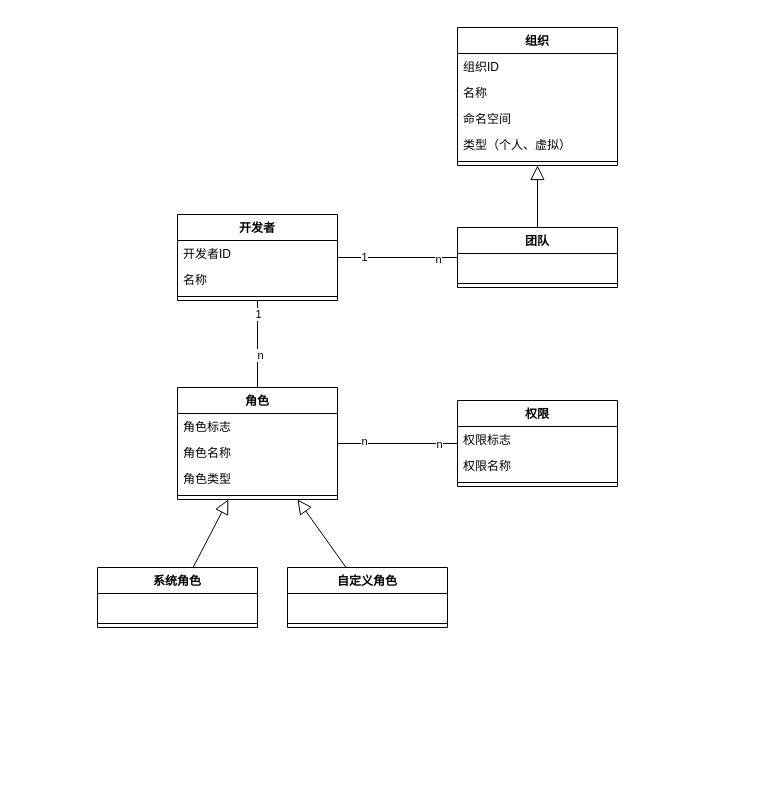
The draw.io diagram page "领域模型-用户团队" (2 of 5) of _design_file/03.domain/001.domain.drawio in tatawind/cloud-workspace-docs, before the edit. Source tidied: cells renumbered, new cells numbered last; positions are measured from the earlier drawing's top-left corner, leaving out a move shared by most shapes. Both pictures are drawn from the tidied source at 100%, with x=0, y=0 at pixel (97, 27).
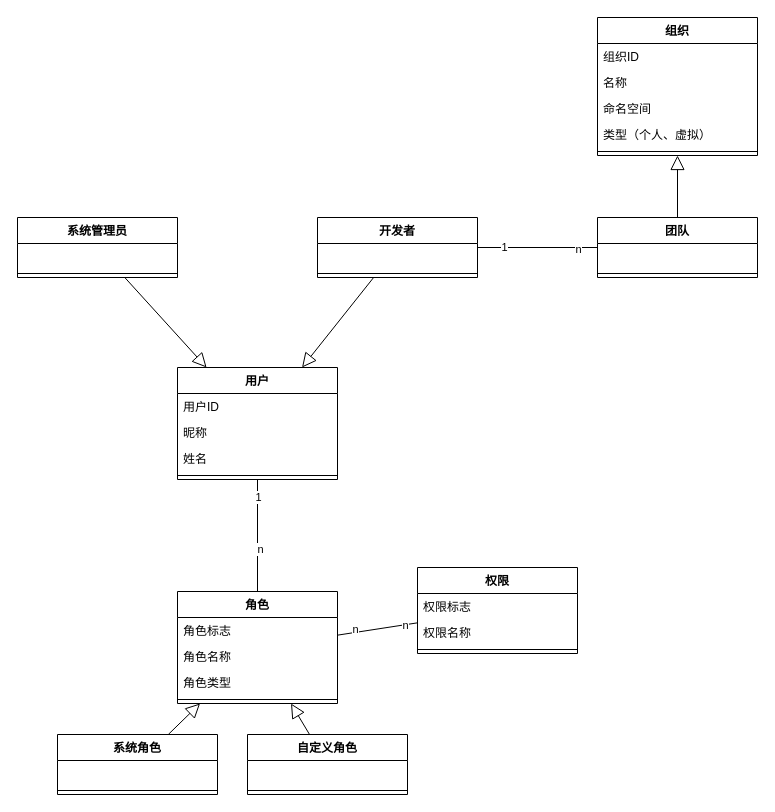
After the change.

The edit, as a diff of the source:
```diff
@@
+    <mxCell id="42" style="edgeStyle=none;html=1;endArrow=block;endFill=0;endSize=12;" parent="1" edge="1" source="5" target="43">
+      <mxGeometry relative="1" as="geometry" />
+    </mxCell>
     <mxCell id="5" value="开发者" style="swimlane;fontStyle=1;align=center;verticalAlign=top;horizontal=1;startSize=26;" parent="1" vertex="1">
-      <mxGeometry x="80" y="187" width="160" height="86" as="geometry" />
+      <mxGeometry x="220" y="190" width="160" height="60" as="geometry" />
     </mxCell>
-    <mxCell id="6" value="开发者ID" style="text;strokeColor=none;fillColor=none;align=left;verticalAlign=top;spacingLeft=4;spacingRight=4;overflow=hidden;" parent="5" vertex="1">
-      <mxGeometry y="26" width="160" height="26" as="geometry" />
-    </mxCell>
-    <mxCell id="7" value="名称" style="text;strokeColor=none;fillColor=none;align=left;verticalAlign=top;spacingLeft=4;spacingRight=4;overflow=hidden;" parent="5" vertex="1">
-      <mxGeometry y="52" width="160" height="26" as="geometry" />
+    <mxCell id="7" value="  " style="text;strokeColor=none;fillColor=none;align=left;verticalAlign=top;spacingLeft=4;spacingRight=4;overflow=hidden;" parent="5" vertex="1">
+      <mxGeometry y="26" width="160" height="26" as="geometry" />
     </mxCell>
     <mxCell id="8" style="line;strokeWidth=1;fillColor=none;align=left;verticalAlign=middle;spacingTop=-1;spacingLeft=3;spacingRight=3;labelPosition=right;strokeColor=inherit;" parent="5" vertex="1">
-      <mxGeometry y="78" width="160" height="8" as="geometry" />
+      <mxGeometry y="52" width="160" height="8" as="geometry" />
     </mxCell>
@@
     <mxCell id="10" value="团队" style="swimlane;fontStyle=1;align=center;verticalAlign=top;horizontal=1;startSize=26;" parent="1" vertex="1">
-      <mxGeometry x="360" y="200" width="160" height="60" as="geometry" />
+      <mxGeometry x="500" y="190" width="160" height="60" as="geometry" />
     </mxCell>
@@
     <mxCell id="13" value="组织" style="swimlane;fontStyle=1;align=center;verticalAlign=top;horizontal=1;startSize=26;" parent="1" vertex="1">
-      <mxGeometry x="360" width="160" height="138" as="geometry" />
+      <mxGeometry x="500" y="-10" width="160" height="138" as="geometry" />
     </mxCell>
@@
-    <mxCell id="19" style="edgeStyle=none;html=1;endArrow=none;endFill=0;endSize=12;" parent="1" edge="1" source="22" target="5">
+    <mxCell id="19" style="edgeStyle=none;html=1;endArrow=none;endFill=0;endSize=12;" parent="1" edge="1" source="22" target="43">
       <mxGeometry relative="1" as="geometry" />
     </mxCell>
@@
     <mxCell id="22" value="角色" style="swimlane;fontStyle=1;align=center;verticalAlign=top;horizontal=1;startSize=26;" parent="1" vertex="1">
-      <mxGeometry x="80" y="360" width="160" height="112" as="geometry" />
+      <mxGeometry x="80" y="564" width="160" height="112" as="geometry" />
     </mxCell>
@@
     <mxCell id="28" value="系统角色" style="swimlane;fontStyle=1;align=center;verticalAlign=top;horizontal=1;startSize=26;" parent="1" vertex="1">
-      <mxGeometry y="540" width="160" height="60" as="geometry" />
+      <mxGeometry x="-40" y="707" width="160" height="60" as="geometry" />
     </mxCell>
@@
     <mxCell id="32" value="自定义角色" style="swimlane;fontStyle=1;align=center;verticalAlign=top;horizontal=1;startSize=26;" parent="1" vertex="1">
-      <mxGeometry x="190" y="540" width="160" height="60" as="geometry" />
+      <mxGeometry x="150" y="707" width="160" height="60" as="geometry" />
     </mxCell>
@@
     <mxCell id="38" value="权限" style="swimlane;fontStyle=1;align=center;verticalAlign=top;horizontal=1;startSize=26;" parent="1" vertex="1">
-      <mxGeometry x="360" y="373" width="160" height="86" as="geometry" />
+      <mxGeometry x="320" y="540" width="160" height="86" as="geometry" />
     </mxCell>
@@
+    <mxCell id="43" value="用户" style="swimlane;fontStyle=1;align=center;verticalAlign=top;horizontal=1;startSize=26;" parent="1" vertex="1">
+      <mxGeometry x="80" y="340" width="160" height="112" as="geometry" />
+    </mxCell>
+    <mxCell id="44" value="用户ID" style="text;strokeColor=none;fillColor=none;align=left;verticalAlign=top;spacingLeft=4;spacingRight=4;overflow=hidden;" parent="43" vertex="1">
+      <mxGeometry y="26" width="160" height="26" as="geometry" />
+    </mxCell>
+    <mxCell id="45" value="昵称" style="text;strokeColor=none;fillColor=none;align=left;verticalAlign=top;spacingLeft=4;spacingRight=4;overflow=hidden;" parent="43" vertex="1">
+      <mxGeometry y="52" width="160" height="26" as="geometry" />
+    </mxCell>
+    <mxCell id="46" value="姓名" style="text;strokeColor=none;fillColor=none;align=left;verticalAlign=top;spacingLeft=4;spacingRight=4;overflow=hidden;" parent="43" vertex="1">
+      <mxGeometry y="78" width="160" height="26" as="geometry" />
+    </mxCell>
+    <mxCell id="47" style="line;strokeWidth=1;fillColor=none;align=left;verticalAlign=middle;spacingTop=-1;spacingLeft=3;spacingRight=3;labelPosition=right;strokeColor=inherit;" parent="43" vertex="1">
+      <mxGeometry y="104" width="160" height="8" as="geometry" />
+    </mxCell>
+    <mxCell id="48" style="edgeStyle=none;html=1;endArrow=block;endFill=0;endSize=12;" parent="1" edge="1" source="49" target="43">
+      <mxGeometry relative="1" as="geometry" />
+    </mxCell>
+    <mxCell id="49" value="系统管理员" style="swimlane;fontStyle=1;align=center;verticalAlign=top;horizontal=1;startSize=26;" parent="1" vertex="1">
+      <mxGeometry x="-80" y="190" width="160" height="60" as="geometry" />
+    </mxCell>
+    <mxCell id="50" value="  " style="text;strokeColor=none;fillColor=none;align=left;verticalAlign=top;spacingLeft=4;spacingRight=4;overflow=hidden;" parent="49" vertex="1">
+      <mxGeometry y="26" width="160" height="26" as="geometry" />
+    </mxCell>
+    <mxCell id="51" style="line;strokeWidth=1;fillColor=none;align=left;verticalAlign=middle;spacingTop=-1;spacingLeft=3;spacingRight=3;labelPosition=right;strokeColor=inherit;" parent="49" vertex="1">
+      <mxGeometry y="52" width="160" height="8" as="geometry" />
+    </mxCell>
```
